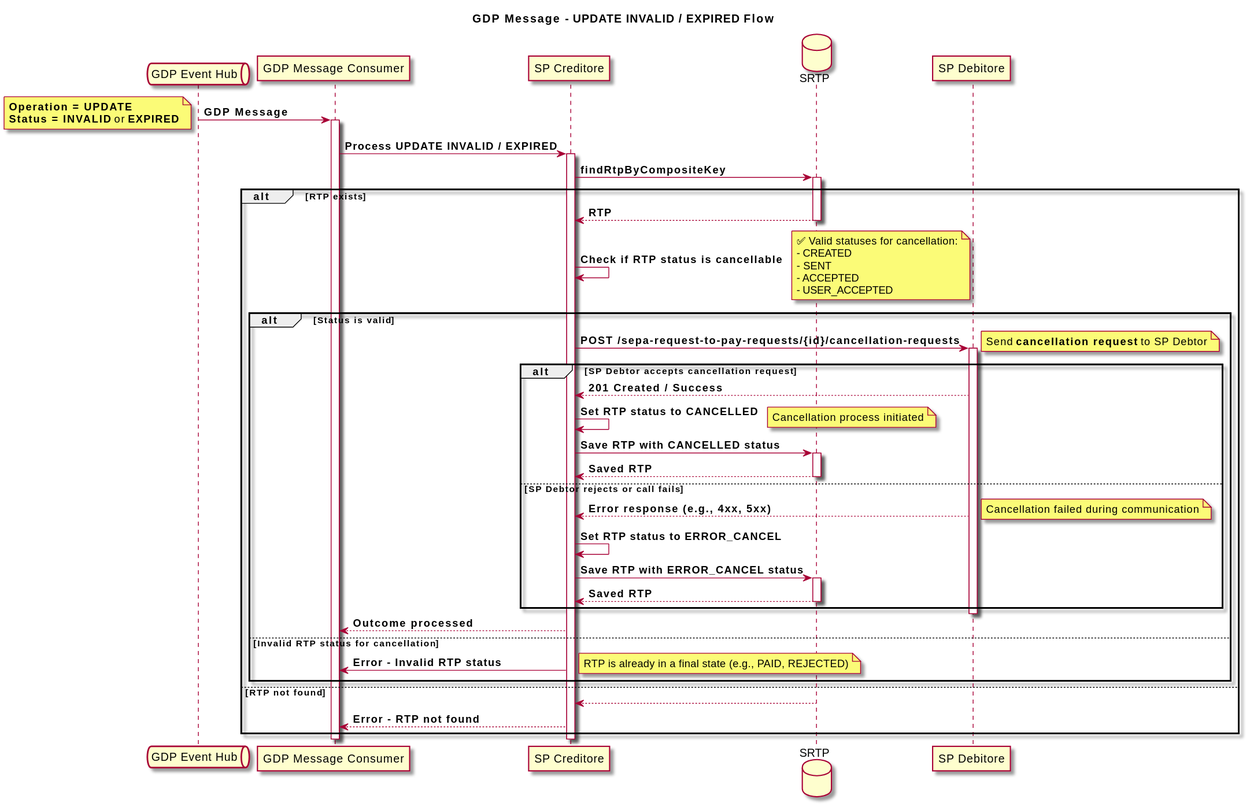
Earlier version of the PlantUML export diagrams/update-expired-invalid-queue-schema.svg (pagopa/rtp-docs).
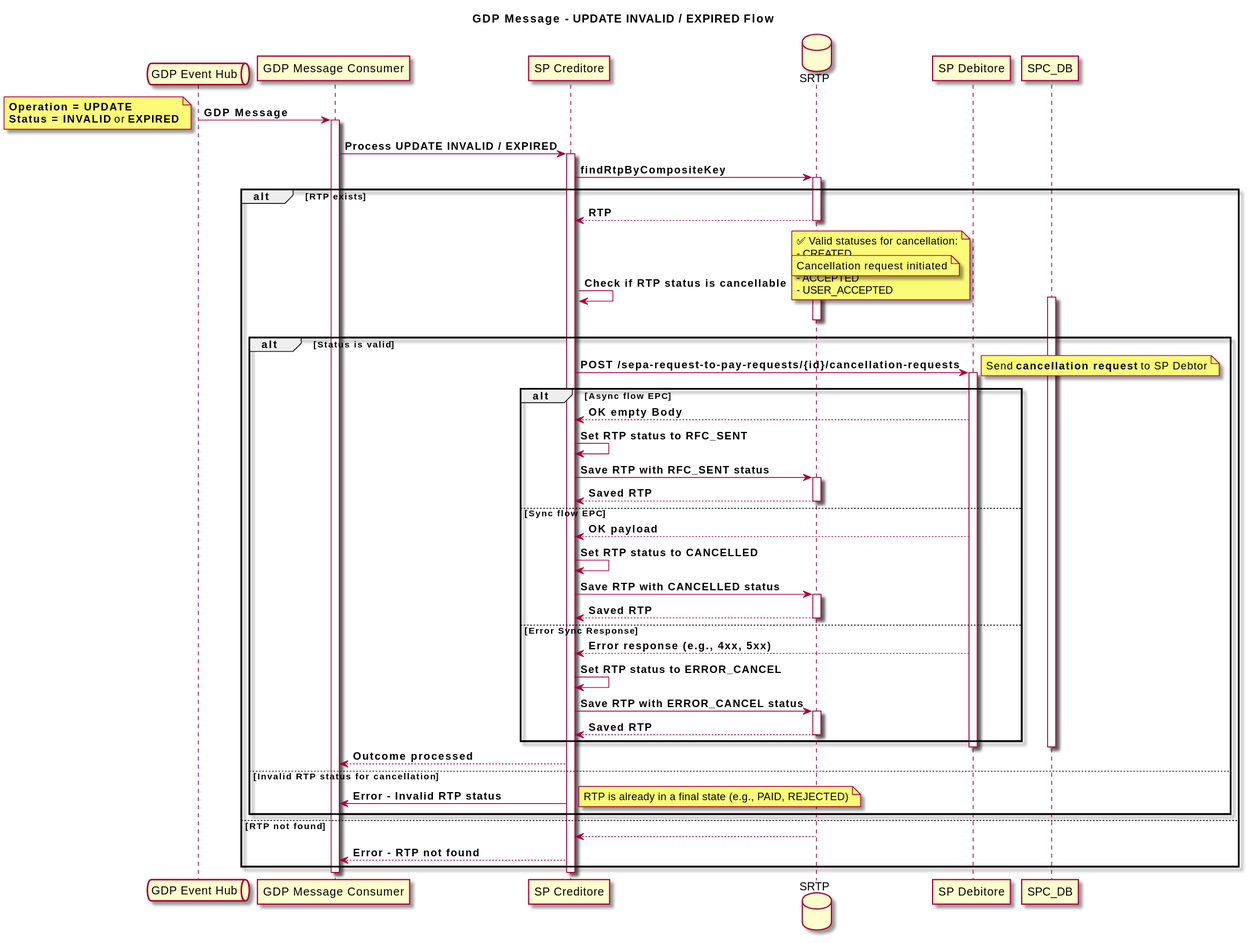
Above is the later version.

Commit message:
feat: [SRTP-1354] Update documentation including new cancellation flow (#37)

Change to the diagram source:
```diff
@@ -35,27 +35,32 @@
   end note
 
   alt **Status is valid**
+    note right: Cancellation request initiated
+    activate SPC_DB
+    activate SRTP
+    deactivate SRTP
+
     SPC -> SPD: **POST /sepa-request-to-pay-requests/{id}/cancellation-requests**
     note right: Send **cancellation request** to SP Debtor
     activate SPD
 
-    alt **SP Debtor accepts cancellation request**
-      SPD --> SPC: **201 Created / Success**
-
+    alt **Async flow EPC**
+      SPD --> SPC: **OK empty Body**
+      SPC -> SPC: **Set RTP status to RFC_SENT**
+      SPC -> SRTP: **Save RTP with RFC_SENT status**
+      activate SRTP
+      SRTP --> SPC: **Saved RTP**
+      deactivate SRTP
+    else **Sync flow EPC**
+      SPD --> SPC: **OK payload**
       SPC -> SPC: **Set RTP status to CANCELLED**
-      note right: Cancellation process initiated
-
       SPC -> SRTP: **Save RTP with CANCELLED status**
       activate SRTP
       SRTP --> SPC: **Saved RTP**
       deactivate SRTP
-
-    else **SP Debtor rejects or call fails**
+    else **Error Sync Response**
       SPD --> SPC: **Error response (e.g., 4xx, 5xx)**
-      note right: Cancellation failed during communication
-
       SPC -> SPC: **Set RTP status to ERROR_CANCEL**
-
       SPC -> SRTP: **Save RTP with ERROR_CANCEL status**
       activate SRTP
       SRTP --> SPC: **Saved RTP**
@@ -63,6 +68,7 @@
     end
 
     deactivate SPD
+    deactivate SPC_DB
     SPC --> Consumer: **Outcome processed**
 
   else **Invalid RTP status for cancellation**
```
